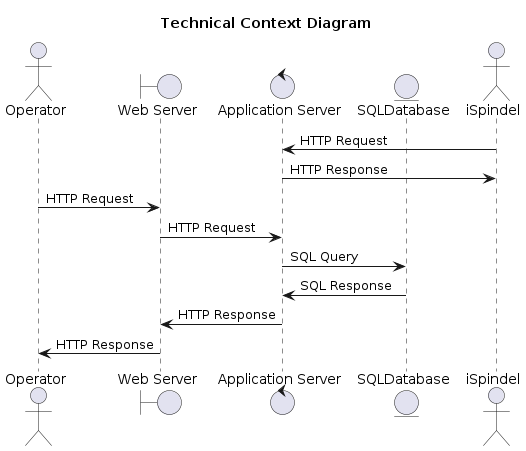
This is documents/01-Conception-Phase/images/03-Context-View-Technical.png from asbor/iu-project-software-engineering, a PlantUML export, as it was before one commit.
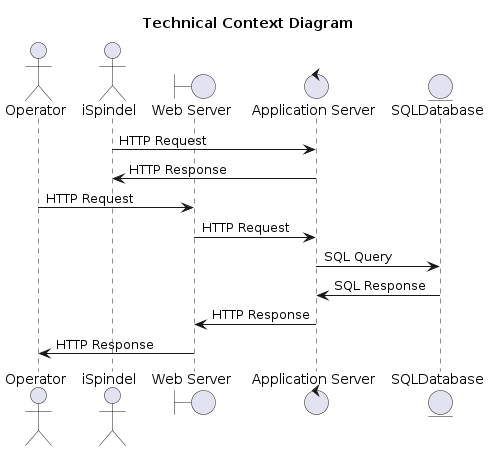
Later version of the same file.

Change to the diagram source:
```diff
@@ -3,10 +3,11 @@
 title Technical Context Diagram
 
 actor user as "Operator"
+actor ISpindel as "iSpindel"
 boundary WebServer as "Web Server"
 control AppServer as "Application Server"
 entity Database as "SQLDatabase"
-actor ISpindel as "iSpindel"
+
 
 ISpindel -> AppServer : HTTP Request
 AppServer -> ISpindel : HTTP Response
```
